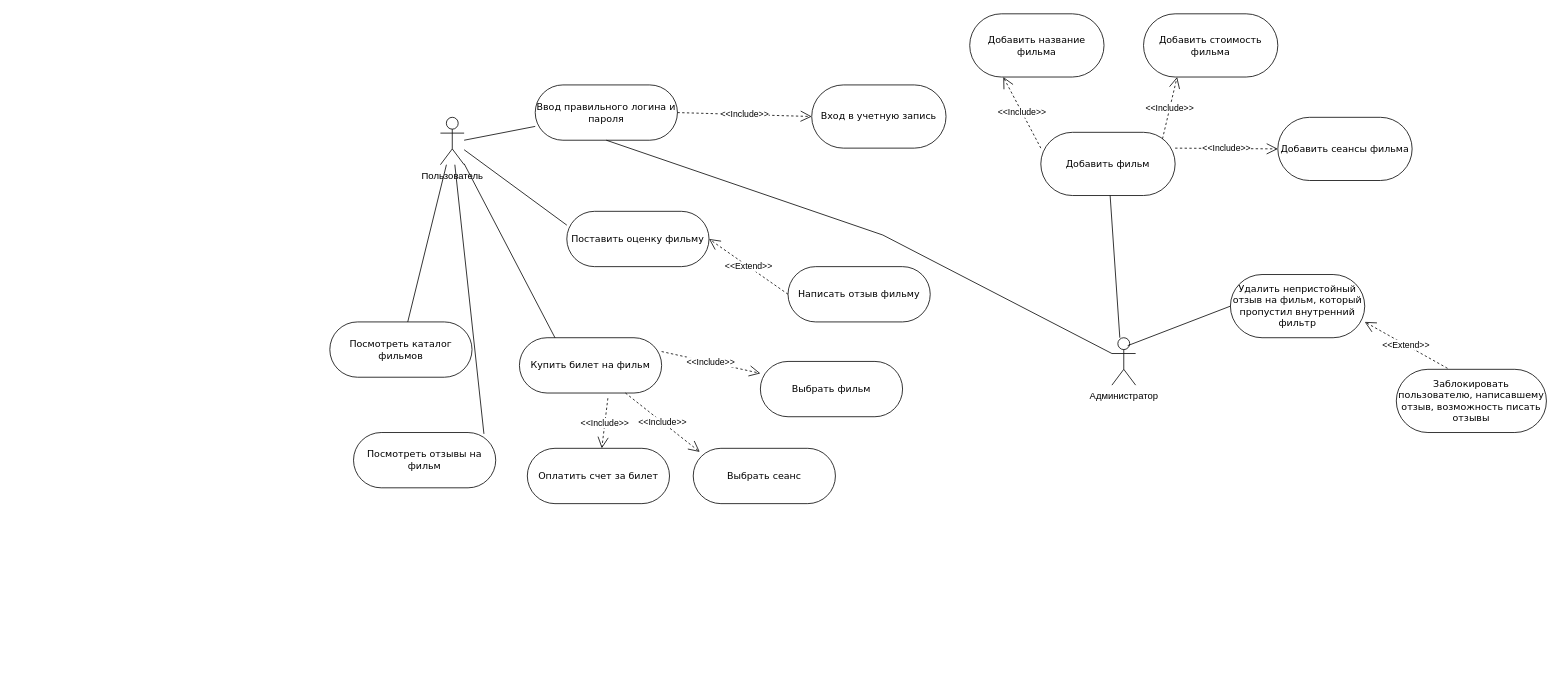
Earlier version of the draw.io diagram UML_Use_Case.drawio (adchvanova-new/UML). Source tidied: cells renumbered, new cells numbered last; positions are measured from the earlier drawing's top-left corner, leaving out a move shared by most shapes. Both pictures are drawn from the tidied source at 79%, with x=0, y=0 at pixel (329, 13).
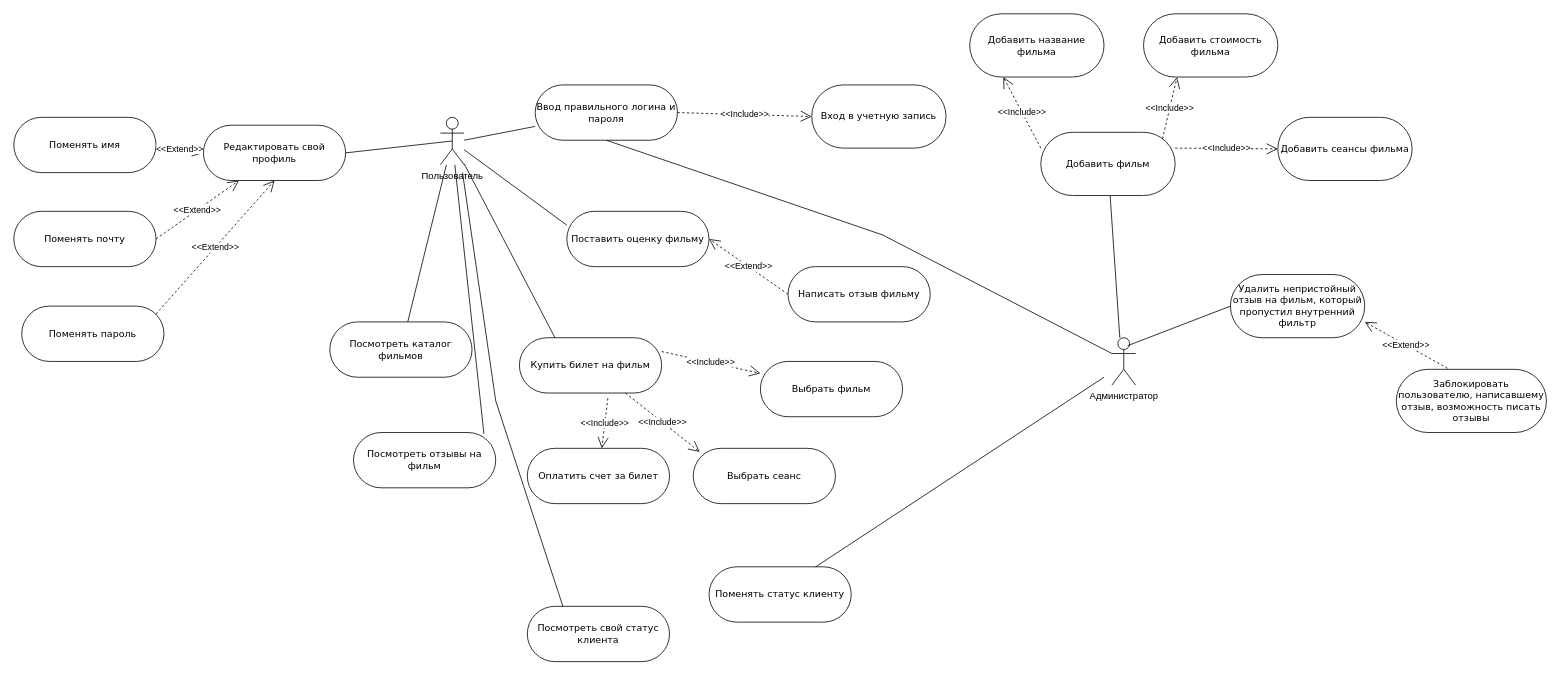
The same page after the edit.

The change refers to these unchanged cells:
```xml
<mxCell id="2" value="Пользователь" style="shape=umlActor;verticalLabelPosition=bottom;verticalAlign=top;html=1;" parent="1" vertex="1">
  <mxGeometry x="140" y="131" width="30" height="60" as="geometry" />
</mxCell>
```

Change to the diagram source:
```diff
@@
+    <mxCell id="37" value="Посмотреть свой статус клиента" style="rounded=1;whiteSpace=wrap;html=1;shadow=0;comic=0;labelBackgroundColor=none;strokeWidth=1;fontFamily=Verdana;fontSize=12;align=center;arcSize=50;" parent="1" vertex="1">
+      <mxGeometry x="250" y="750" width="180" height="70" as="geometry" />
+    </mxCell>
+    <mxCell id="38" style="endArrow=none;html=1;rounded=0;entryX=0.25;entryY=0;entryDx=0;entryDy=0;" parent="1" edge="1" target="37">
+      <mxGeometry relative="1" as="geometry">
+        <mxPoint x="168" y="201" as="sourcePoint" />
+        <Array as="points">
+          <mxPoint x="210" y="490" />
+        </Array>
+      </mxGeometry>
+    </mxCell>
+    <mxCell id="39" value="Поменять статус клиенту" style="rounded=1;whiteSpace=wrap;html=1;shadow=0;comic=0;labelBackgroundColor=none;strokeWidth=1;fontFamily=Verdana;fontSize=12;align=center;arcSize=50;" parent="1" vertex="1">
+      <mxGeometry x="480" y="700" width="180" height="70" as="geometry" />
+    </mxCell>
+    <mxCell id="40" style="endArrow=none;html=1;rounded=0;exitX=0.75;exitY=0;exitDx=0;exitDy=0;" parent="1" edge="1" source="39">
+      <mxGeometry relative="1" as="geometry">
+        <mxPoint x="980" y="460" as="targetPoint" />
+      </mxGeometry>
+    </mxCell>
+    <mxCell id="41" value="Редактировать свой профиль" style="rounded=1;whiteSpace=wrap;html=1;shadow=0;comic=0;labelBackgroundColor=none;strokeWidth=1;fontFamily=Verdana;fontSize=12;align=center;arcSize=50;" parent="1" vertex="1">
+      <mxGeometry x="-160" y="141" width="180" height="70" as="geometry" />
+    </mxCell>
+    <mxCell id="42" style="endArrow=none;html=1;rounded=0;exitX=1;exitY=0.5;exitDx=0;exitDy=0;entryX=0.5;entryY=0.5;entryDx=0;entryDy=0;entryPerimeter=0;" parent="1" edge="1" source="41" target="2">
+      <mxGeometry relative="1" as="geometry" />
+    </mxCell>
+    <mxCell id="43" value="Поменять имя" style="rounded=1;whiteSpace=wrap;html=1;shadow=0;comic=0;labelBackgroundColor=none;strokeWidth=1;fontFamily=Verdana;fontSize=12;align=center;arcSize=50;" parent="1" vertex="1">
+      <mxGeometry x="-400" y="131" width="180" height="70" as="geometry" />
+    </mxCell>
+    <mxCell id="44" value="Поменять почту" style="rounded=1;whiteSpace=wrap;html=1;shadow=0;comic=0;labelBackgroundColor=none;strokeWidth=1;fontFamily=Verdana;fontSize=12;align=center;arcSize=50;" parent="1" vertex="1">
+      <mxGeometry x="-400" y="250" width="180" height="70" as="geometry" />
+    </mxCell>
+    <mxCell id="45" value="Поменять пароль" style="rounded=1;whiteSpace=wrap;html=1;shadow=0;comic=0;labelBackgroundColor=none;strokeWidth=1;fontFamily=Verdana;fontSize=12;align=center;arcSize=50;" parent="1" vertex="1">
+      <mxGeometry x="-390" y="370" width="180" height="70" as="geometry" />
+    </mxCell>
+    <mxCell id="46" value="&amp;lt;&amp;lt;Extend&amp;gt;&amp;gt;" style="endArrow=open;endSize=12;dashed=1;html=1;rounded=0;exitX=0.944;exitY=0.143;exitDx=0;exitDy=0;entryX=0.5;entryY=1;entryDx=0;entryDy=0;exitPerimeter=0;" parent="1" edge="1" source="45" target="41">
+      <mxGeometry relative="1" as="geometry" />
+    </mxCell>
+    <mxCell id="47" value="&amp;lt;&amp;lt;Extend&amp;gt;&amp;gt;" style="endArrow=open;endSize=12;dashed=1;html=1;rounded=0;exitX=1;exitY=0.5;exitDx=0;exitDy=0;entryX=0.25;entryY=1;entryDx=0;entryDy=0;" parent="1" edge="1" source="44" target="41">
+      <mxGeometry relative="1" as="geometry" />
+    </mxCell>
+    <mxCell id="48" value="&amp;lt;&amp;lt;Extend&amp;gt;&amp;gt;" style="endArrow=open;endSize=12;dashed=1;html=1;rounded=0;exitX=1;exitY=0.5;exitDx=0;exitDy=0;entryX=0;entryY=0.5;entryDx=0;entryDy=0;" parent="1" edge="1" source="43" target="41">
+      <mxGeometry relative="1" as="geometry" />
+    </mxCell>
```
